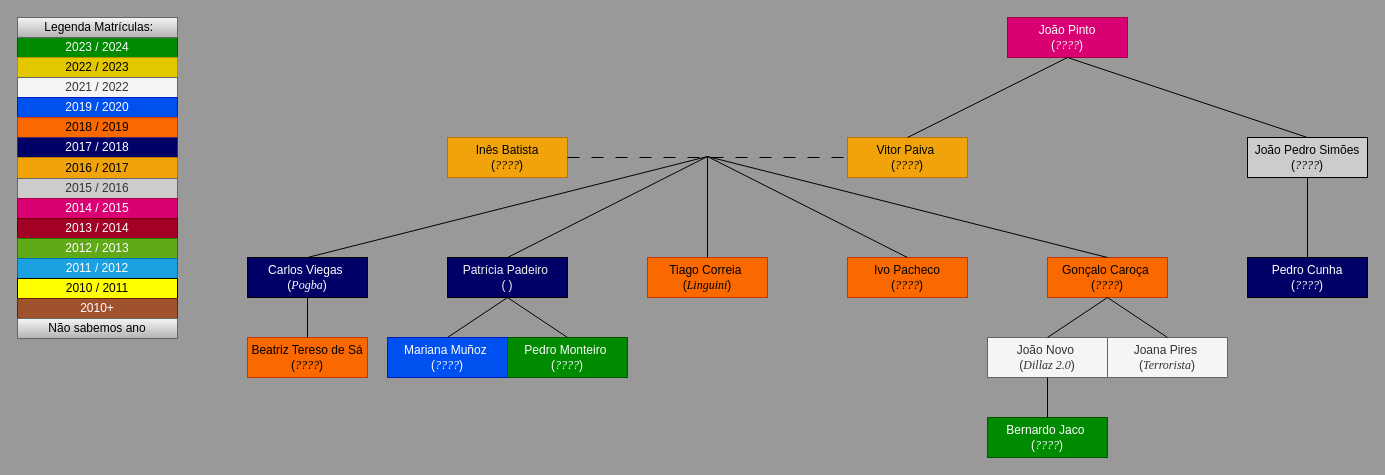
pdmtmr/PDMTMRTESTLOCATION-AKA-ARBUSTO keeps this draw.io diagram as Draw.io/Familia_do_João_Pinto.drawio. Above is the earlier version. Source tidied: cells renumbered, new cells numbered last; positions are measured from the earlier drawing's top-left corner, leaving out a move shared by most shapes. Both pictures are drawn from the tidied source at 100%, with x=0, y=0 at pixel (17, 17).
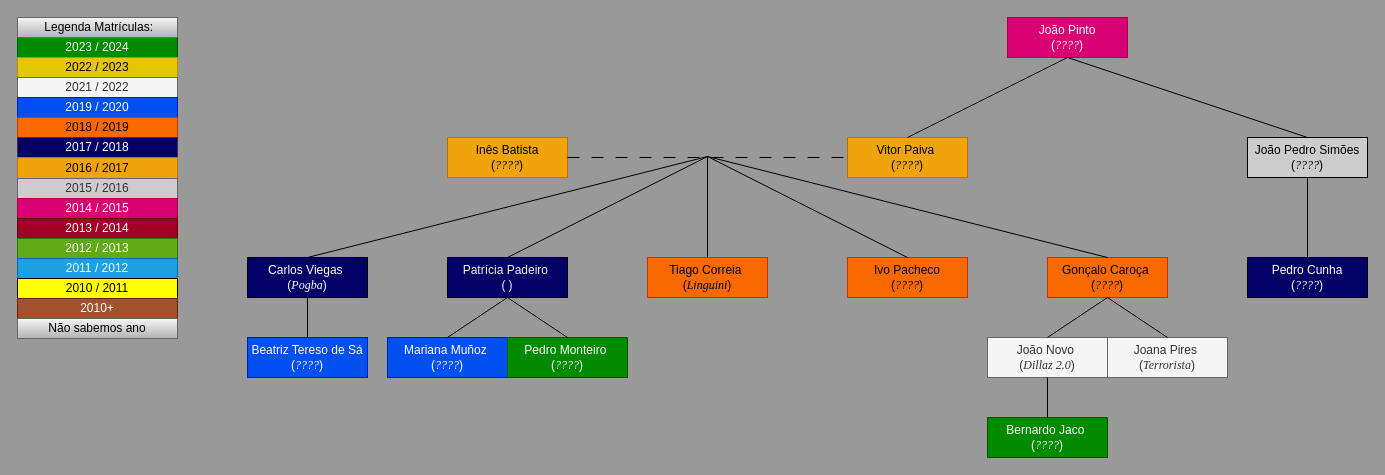
Above is the later version.

What changed in the source:
```diff
@@
-    <mxCell id="47" value="&lt;div&gt;&lt;span style=&quot;background-color: initial;&quot;&gt;Beatriz Tereso de Sá&lt;/span&gt;&lt;/div&gt;&lt;div&gt;&lt;span style=&quot;background-color: initial;&quot;&gt;(&lt;font face=&quot;Times New Roman&quot;&gt;&lt;i&gt;????&lt;/i&gt;&lt;/font&gt;&lt;/span&gt;&lt;span style=&quot;background-color: initial;&quot;&gt;)&lt;/span&gt;&lt;/div&gt;" style="rounded=0;whiteSpace=wrap;html=1;fillColor=#fa6800;fontColor=#000000;strokeColor=#C73500;" parent="1" vertex="1">
+    <mxCell id="47" value="&lt;div&gt;&lt;span style=&quot;background-color: initial;&quot;&gt;Beatriz Tereso de Sá&lt;/span&gt;&lt;/div&gt;&lt;div&gt;&lt;span style=&quot;background-color: initial;&quot;&gt;(&lt;font face=&quot;Times New Roman&quot;&gt;&lt;i&gt;????&lt;/i&gt;&lt;/font&gt;&lt;/span&gt;&lt;span style=&quot;background-color: initial;&quot;&gt;)&lt;/span&gt;&lt;/div&gt;" style="rounded=0;whiteSpace=wrap;html=1;fillColor=#0050ef;fontColor=#ffffff;strokeColor=#001DBC;" parent="1" vertex="1">
       <mxGeometry x="230" y="320" width="120" height="40" as="geometry" />
     </mxCell>
```
